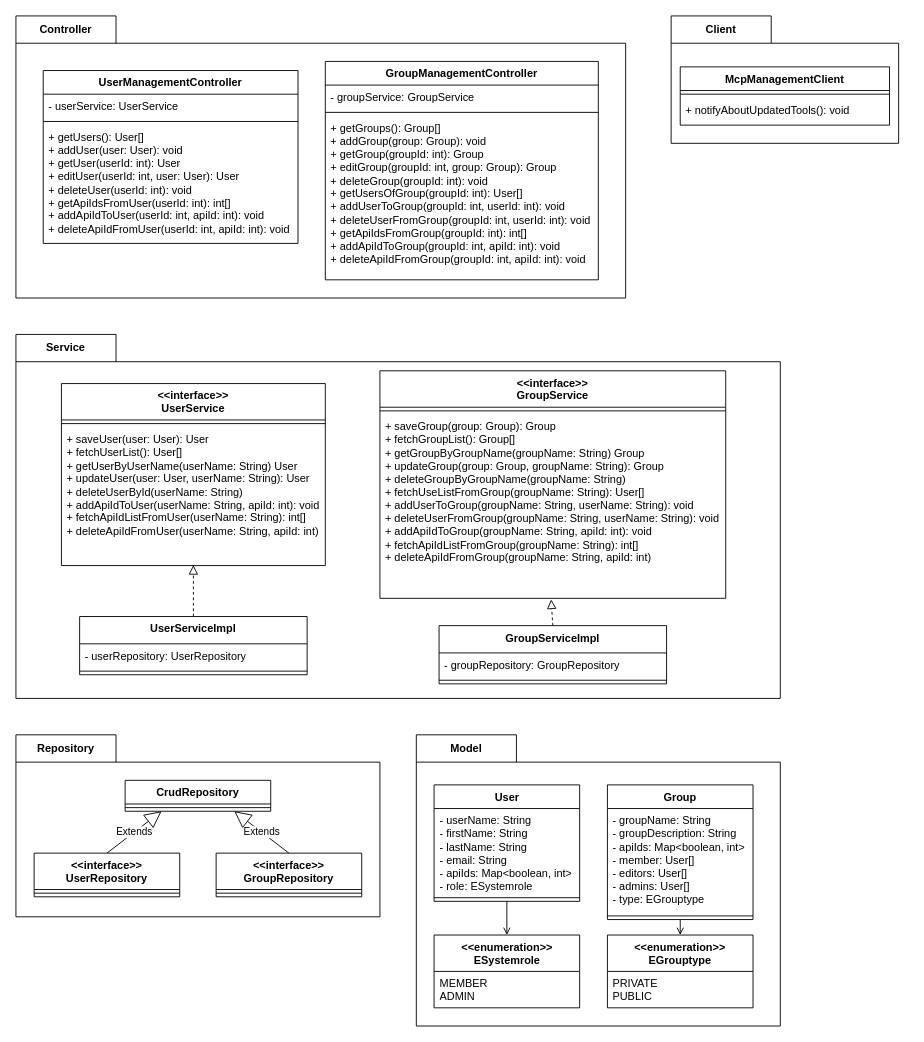
Above: docs/diagrams/level_4_class/user_management_class_diagram.drawio in GroMoKoSo/GroMoKoSo-Meta (draw.io), before the change. Source tidied: cells renumbered, new cells numbered last; positions are measured from the earlier drawing's top-left corner, leaving out a move shared by most shapes. Both pictures are drawn from the tidied source at 91%, with x=0, y=0 at pixel (15, 15).
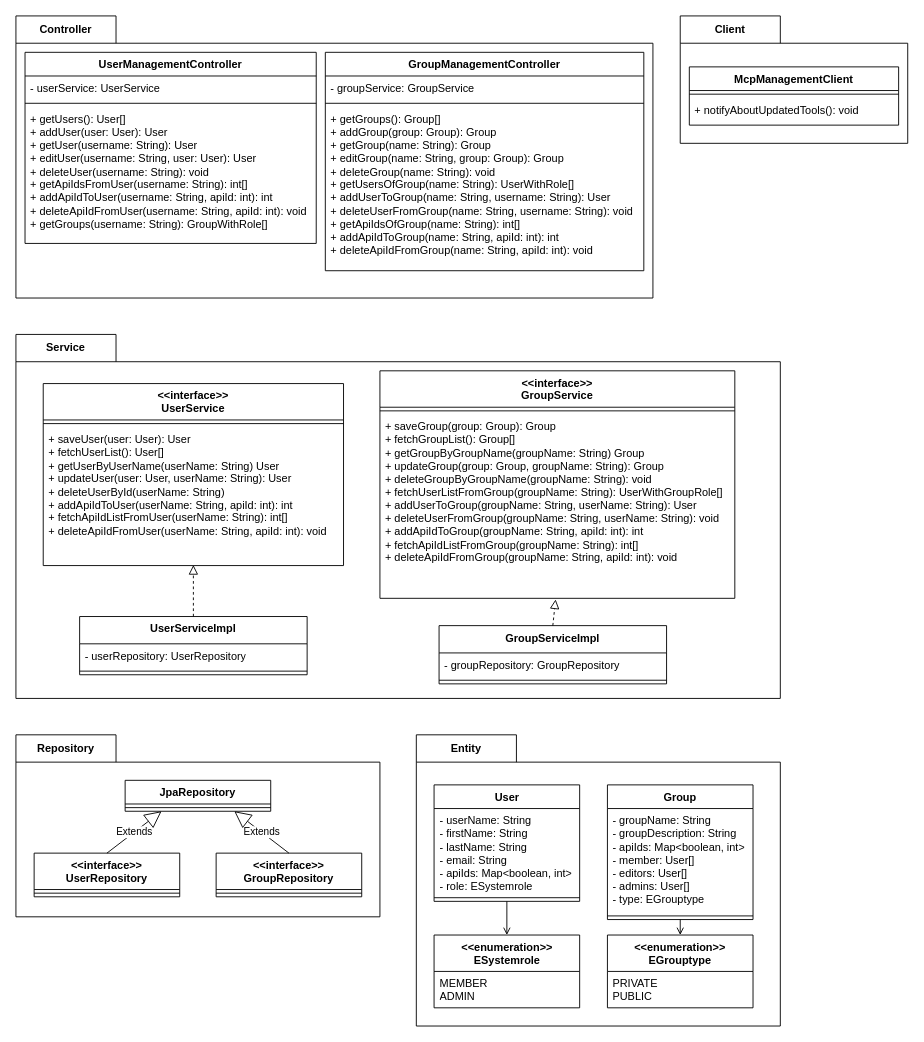
The same diagram, later.

Commit message:
docs: update user management class diagram documentation

Unchanged cells that the change refers to:
```xml
<mxCell id="26" value="Repository" style="shape=folder;fontStyle=1;tabWidth=110;tabHeight=30;tabPosition=left;html=1;boundedLbl=1;labelInHeader=1;whiteSpace=wrap;" parent="1" vertex="1">
  <mxGeometry y="790" width="400" height="200" as="geometry" />
</mxCell>
<mxCell id="36" value="Service" style="shape=folder;fontStyle=1;tabWidth=110;tabHeight=30;tabPosition=left;html=1;boundedLbl=1;labelInHeader=1;whiteSpace=wrap;" parent="1" vertex="1">
  <mxGeometry y="350" width="840" height="400" as="geometry" />
</mxCell>
```

What changed in the source:
```diff
@@
     <mxCell id="2" value="Controller" style="shape=folder;fontStyle=1;tabWidth=110;tabHeight=30;tabPosition=left;html=1;boundedLbl=1;labelInHeader=1;whiteSpace=wrap;" parent="1" vertex="1">
-      <mxGeometry width="670" height="310" as="geometry" />
+      <mxGeometry width="700" height="310" as="geometry" />
     </mxCell>
     <mxCell id="3" style="html=1;strokeColor=none;fillColor=none;whiteSpace=wrap;" parent="2" vertex="1">
-      <mxGeometry width="670" height="217" relative="1" as="geometry">
+      <mxGeometry width="700" height="217" relative="1" as="geometry">
         <mxPoint y="30" as="offset" />
       </mxGeometry>
     </mxCell>
     <mxCell id="4" value="UserManagementController" style="swimlane;fontStyle=1;align=center;verticalAlign=top;horizontal=1;startSize=26;whiteSpace=wrap;html=1;" parent="2" vertex="1">
-      <mxGeometry x="30" y="60" width="280" height="190" as="geometry" />
+      <mxGeometry x="10" y="40" width="320" height="210" as="geometry" />
     </mxCell>
     <mxCell id="5" value="- userService: UserService" style="text;strokeColor=none;fillColor=none;align=left;verticalAlign=top;spacingLeft=4;spacingRight=4;overflow=hidden;whiteSpace=wrap;html=1;" parent="4" vertex="1">
-      <mxGeometry y="26" width="280" height="26" as="geometry" />
+      <mxGeometry y="26" width="320" height="26" as="geometry" />
     </mxCell>
     <mxCell id="6" style="line;strokeWidth=1;fillColor=none;align=left;verticalAlign=middle;spacingTop=-1;spacingLeft=3;spacingRight=3;labelPosition=right;strokeColor=inherit;" parent="4" vertex="1">
-      <mxGeometry y="52" width="280" height="8" as="geometry" />
+      <mxGeometry y="52" width="320" height="8" as="geometry" />
     </mxCell>
-    <mxCell id="7" value="+ getUsers(): User[]&lt;br&gt;+ addUser(user: User): void&lt;div&gt;+ getUser(userId: int): User&lt;br&gt;+ editUser(userId: int, user: User): User&lt;/div&gt;&lt;div&gt;+ deleteUser(userId: int): void&lt;/div&gt;&lt;div&gt;+ getApiIdsFromUser(userId: int): int[]&lt;/div&gt;&lt;div&gt;+ addApiIdToUser(userId: int, apiId: int): void&lt;/div&gt;&lt;div&gt;+ deleteApiIdFromUser(userId: int, apiId: int): void&lt;/div&gt;" style="text;strokeColor=none;fillColor=none;align=left;verticalAlign=top;spacingLeft=4;spacingRight=4;overflow=hidden;whiteSpace=wrap;html=1;" parent="4" vertex="1">
-      <mxGeometry y="60" width="280" height="130" as="geometry" />
+    <mxCell id="7" value="+ getUsers(): User[]&lt;br&gt;+ addUser(user: User): User&lt;div&gt;+ getUser(username: String): User&lt;br&gt;+ editUser(username: String, user: User): User&lt;/div&gt;&lt;div&gt;+ deleteUser(username: String): void&lt;/div&gt;&lt;div&gt;+ getApiIdsFromUser(username: String): int[]&lt;/div&gt;&lt;div&gt;+ addApiIdToUser(username: String, apiId: int): int&lt;/div&gt;&lt;div&gt;+ deleteApiIdFromUser(username: String, apiId: int): void&lt;br&gt;+ getGroups(username: String): GroupWithRole[]&amp;nbsp;&lt;/div&gt;" style="text;strokeColor=none;fillColor=none;align=left;verticalAlign=top;spacingLeft=4;spacingRight=4;overflow=hidden;whiteSpace=wrap;html=1;" parent="4" vertex="1">
+      <mxGeometry y="60" width="320" height="150" as="geometry" />
     </mxCell>
-    <mxCell id="8" value="GroupManagementController" style="swimlane;fontStyle=1;align=center;verticalAlign=top;horizontal=1;startSize=26;whiteSpace=wrap;html=1;" parent="2" vertex="1">
-      <mxGeometry x="340" y="50" width="300" height="240" as="geometry" />
-    </mxCell>
-    <mxCell id="9" value="- groupService: GroupService" style="text;strokeColor=none;fillColor=none;align=left;verticalAlign=top;spacingLeft=4;spacingRight=4;overflow=hidden;whiteSpace=wrap;html=1;" parent="8" vertex="1">
-      <mxGeometry y="26" width="300" height="26" as="geometry" />
-    </mxCell>
-    <mxCell id="10" style="line;strokeWidth=1;fillColor=none;align=left;verticalAlign=middle;spacingTop=-1;spacingLeft=3;spacingRight=3;labelPosition=right;strokeColor=inherit;" parent="8" vertex="1">
-      <mxGeometry y="52" width="300" height="8" as="geometry" />
-    </mxCell>
-    <mxCell id="11" value="+ getGroups(): Group[]&lt;br&gt;+ addGroup(group: Group): void&lt;div&gt;+ getGroup(groupId: int): Group&lt;br&gt;+ editGroup(groupId: int, group: Group): Group&lt;/div&gt;&lt;div&gt;+ deleteGroup(groupId: int): void&lt;br&gt;+ getUsersOfGroup(groupId: int): User[]&lt;/div&gt;&lt;div&gt;+ addUserToGroup(groupId: int, userId: int): void&lt;/div&gt;&lt;div&gt;+ deleteUserFromGroup(groupId: int, userId: int): void&lt;/div&gt;&lt;div&gt;+ getApiIdsFromGroup(groupId: int): int[]&lt;/div&gt;&lt;div&gt;+ addApiIdToGroup(groupId: int, apiId: int): void&lt;/div&gt;&lt;div&gt;+ deleteApiIdFromGroup(groupId: int, apiId: int): void&lt;/div&gt;" style="text;strokeColor=none;fillColor=none;align=left;verticalAlign=top;spacingLeft=4;spacingRight=4;overflow=hidden;whiteSpace=wrap;html=1;" parent="8" vertex="1">
-      <mxGeometry y="60" width="300" height="180" as="geometry" />
-    </mxCell>
-    <mxCell id="12" value="Model" style="shape=folder;fontStyle=1;tabWidth=110;tabHeight=30;tabPosition=left;html=1;boundedLbl=1;labelInHeader=1;whiteSpace=wrap;" parent="1" vertex="1">
+    <mxCell id="12" value="Entity" style="shape=folder;fontStyle=1;tabWidth=110;tabHeight=30;tabPosition=left;html=1;boundedLbl=1;labelInHeader=1;whiteSpace=wrap;" parent="1" vertex="1">
       <mxGeometry x="440" y="790" width="400" height="320" as="geometry" />
     </mxCell>
@@
-    <mxCell id="32" value="CrudRepository" style="swimlane;fontStyle=1;align=center;verticalAlign=top;horizontal=1;startSize=26;whiteSpace=wrap;html=1;" parent="26" vertex="1">
+    <mxCell id="32" value="JpaRepository" style="swimlane;fontStyle=1;align=center;verticalAlign=top;horizontal=1;startSize=26;whiteSpace=wrap;html=1;" parent="26" vertex="1">
       <mxGeometry x="120" y="50" width="160" height="34" as="geometry" />
     </mxCell>
@@
     <mxCell id="38" value="&amp;lt;&amp;lt;interface&amp;gt;&amp;gt;&lt;div&gt;UserService&lt;/div&gt;" style="swimlane;fontStyle=1;align=center;verticalAlign=top;horizontal=1;startSize=40;whiteSpace=wrap;html=1;" parent="36" vertex="1">
-      <mxGeometry x="50" y="54" width="290" height="200" as="geometry" />
+      <mxGeometry x="30" y="54" width="330" height="200" as="geometry" />
     </mxCell>
     <mxCell id="39" style="line;strokeWidth=1;fillColor=none;align=left;verticalAlign=middle;spacingTop=-1;spacingLeft=3;spacingRight=3;labelPosition=right;strokeColor=inherit;" parent="38" vertex="1">
-      <mxGeometry y="40" width="290" height="8" as="geometry" />
+      <mxGeometry y="40" width="330" height="8" as="geometry" />
     </mxCell>
-    <mxCell id="40" value="+ saveUser(user: User): User&lt;br&gt;+ fetchUserList(): User[]&lt;div&gt;+ getUserByUserName(userName: String) User&lt;br&gt;&lt;div&gt;+ updateUser(user: User, userName: String): User&lt;br&gt;+ deleteUserById(userName: String)&lt;/div&gt;&lt;/div&gt;&lt;div&gt;+ addApiIdToUser(userName: String, apiId: int): void&lt;br&gt;+ fetchApiIdListFromUser(userName: String): int[]&lt;/div&gt;&lt;div&gt;+ deleteApiIdFromUser(userName: String, apiId: int)&lt;/div&gt;" style="text;strokeColor=none;fillColor=none;align=left;verticalAlign=top;spacingLeft=4;spacingRight=4;overflow=hidden;points=[[0,0.5],[1,0.5]];portConstraint=eastwest;whiteSpace=wrap;html=1;" parent="38" vertex="1">
-      <mxGeometry y="48" width="290" height="152" as="geometry" />
+    <mxCell id="40" value="+ saveUser(user: User): User&lt;br&gt;+ fetchUserList(): User[]&lt;div&gt;+ getUserByUserName(userName: String) User&lt;br&gt;&lt;div&gt;+ updateUser(user: User, userName: String): User&lt;/div&gt;&lt;div&gt;+ deleteUserById(userName: String)&lt;/div&gt;&lt;/div&gt;&lt;div&gt;+ addApiIdToUser(userName: String, apiId: int): int&lt;br&gt;+ fetchApiIdListFromUser(userName: String): int[]&lt;/div&gt;&lt;div&gt;+ deleteApiIdFromUser(userName: String, apiId: int): void&lt;/div&gt;" style="text;strokeColor=none;fillColor=none;align=left;verticalAlign=top;spacingLeft=4;spacingRight=4;overflow=hidden;points=[[0,0.5],[1,0.5]];portConstraint=eastwest;whiteSpace=wrap;html=1;" parent="38" vertex="1">
+      <mxGeometry y="48" width="330" height="152" as="geometry" />
     </mxCell>
@@
     <mxCell id="45" value="&amp;lt;&amp;lt;interface&amp;gt;&amp;gt;&lt;div&gt;GroupService&lt;/div&gt;" style="swimlane;fontStyle=1;align=center;verticalAlign=top;horizontal=1;startSize=40;whiteSpace=wrap;html=1;" parent="36" vertex="1">
-      <mxGeometry x="400" y="40" width="380" height="250" as="geometry" />
+      <mxGeometry x="400" y="40" width="390" height="250" as="geometry" />
     </mxCell>
     <mxCell id="46" style="line;strokeWidth=1;fillColor=none;align=left;verticalAlign=middle;spacingTop=-1;spacingLeft=3;spacingRight=3;labelPosition=right;strokeColor=inherit;" parent="45" vertex="1">
-      <mxGeometry y="40" width="380" height="8" as="geometry" />
+      <mxGeometry y="40" width="390" height="8" as="geometry" />
     </mxCell>
-    <mxCell id="47" value="+ saveGroup(group: Group): Group&lt;br&gt;+ fetchGroupList(): Group[]&lt;div&gt;+ getGroupByGroupName(groupName: String) Group&lt;br&gt;&lt;div&gt;+ updateGroup(group: Group, groupName: String): Group&lt;br&gt;+ deleteGroupByGroupName(groupName: String)&lt;br&gt;&lt;div&gt;+ fetchUseListFromGroup(groupName: String): User[]&lt;/div&gt;&lt;div&gt;+ addUserToGroup(groupName: String, userName: String): void&lt;/div&gt;&lt;div&gt;+ deleteUserFromGroup(groupName: String, userName: String): void&lt;/div&gt;&lt;/div&gt;&lt;/div&gt;&lt;div&gt;+ addApiIdToGroup(groupName: String, apiId: int): void&lt;br&gt;+ fetchApiIdListFromGroup(groupName: String): int[]&lt;/div&gt;&lt;div&gt;+ deleteApiIdFromGroup(groupName: String, apiId: int)&lt;/div&gt;" style="text;strokeColor=none;fillColor=none;align=left;verticalAlign=top;spacingLeft=4;spacingRight=4;overflow=hidden;points=[[0,0.5],[1,0.5]];portConstraint=eastwest;whiteSpace=wrap;html=1;" parent="45" vertex="1">
-      <mxGeometry y="48" width="380" height="202" as="geometry" />
+    <mxCell id="47" value="+ saveGroup(group: Group): Group&lt;br&gt;+ fetchGroupList(): Group[]&lt;div&gt;+ getGroupByGroupName(groupName: String) Group&lt;br&gt;&lt;div&gt;+ updateGroup(group: Group, groupName: String): Group&lt;br&gt;+ deleteGroupByGroupName(groupName: String): void&lt;br&gt;&lt;div&gt;+ fetchUserListFromGroup(groupName: String): UserWithGroupRole[]&lt;/div&gt;&lt;div&gt;+ addUserToGroup(groupName: String, userName: String): User&lt;/div&gt;&lt;div&gt;+ deleteUserFromGroup(groupName: String, userName: String): void&lt;/div&gt;&lt;/div&gt;&lt;/div&gt;&lt;div&gt;+ addApiIdToGroup(groupName: String, apiId: int): int&lt;br&gt;+ fetchApiIdListFromGroup(groupName: String): int[]&lt;/div&gt;&lt;div&gt;+ deleteApiIdFromGroup(groupName: String, apiId: int): void&lt;/div&gt;" style="text;strokeColor=none;fillColor=none;align=left;verticalAlign=top;spacingLeft=4;spacingRight=4;overflow=hidden;points=[[0,0.5],[1,0.5]];portConstraint=eastwest;whiteSpace=wrap;html=1;" parent="45" vertex="1">
+      <mxGeometry y="48" width="390" height="202" as="geometry" />
     </mxCell>
@@
     <mxCell id="52" value="Client" style="shape=folder;fontStyle=1;tabWidth=110;tabHeight=30;tabPosition=left;html=1;boundedLbl=1;labelInHeader=1;whiteSpace=wrap;" parent="1" vertex="1">
-      <mxGeometry x="720" width="250" height="140" as="geometry" />
+      <mxGeometry x="730" width="250" height="140" as="geometry" />
     </mxCell>
@@
+    <mxCell id="8" value="GroupManagementController" style="swimlane;fontStyle=1;align=center;verticalAlign=top;horizontal=1;startSize=26;whiteSpace=wrap;html=1;" parent="1" vertex="1">
+      <mxGeometry x="340" y="40" width="350" height="240" as="geometry" />
+    </mxCell>
+    <mxCell id="9" value="- groupService: GroupService" style="text;strokeColor=none;fillColor=none;align=left;verticalAlign=top;spacingLeft=4;spacingRight=4;overflow=hidden;whiteSpace=wrap;html=1;" parent="8" vertex="1">
+      <mxGeometry y="26" width="350" height="26" as="geometry" />
+    </mxCell>
+    <mxCell id="10" style="line;strokeWidth=1;fillColor=none;align=left;verticalAlign=middle;spacingTop=-1;spacingLeft=3;spacingRight=3;labelPosition=right;strokeColor=inherit;" parent="8" vertex="1">
+      <mxGeometry y="52" width="350" height="8" as="geometry" />
+    </mxCell>
+    <mxCell id="11" value="+ getGroups(): Group[]&lt;br&gt;+ addGroup(group: Group): Group&lt;div&gt;+ getGroup(name: String): Group&lt;br&gt;+ editGroup(name: String, group: Group): Group&lt;/div&gt;&lt;div&gt;+ deleteGroup(name: String): void&lt;br&gt;+ getUsersOfGroup(name: String): UserWithRole[]&lt;/div&gt;&lt;div&gt;+ addUserToGroup(name: String, username: String): User&lt;/div&gt;&lt;div&gt;+ deleteUserFromGroup(name: String, username: String): void&lt;/div&gt;&lt;div&gt;+ getApiIdsOfGroup(name: String): int[]&lt;/div&gt;&lt;div&gt;+ addApiIdToGroup(name: String, apiId: int): int&lt;/div&gt;&lt;div&gt;+ deleteApiIdFromGroup(name: String, apiId: int): void&lt;/div&gt;" style="text;strokeColor=none;fillColor=none;align=left;verticalAlign=top;spacingLeft=4;spacingRight=4;overflow=hidden;whiteSpace=wrap;html=1;" parent="8" vertex="1">
+      <mxGeometry y="60" width="350" height="180" as="geometry" />
+    </mxCell>
```
